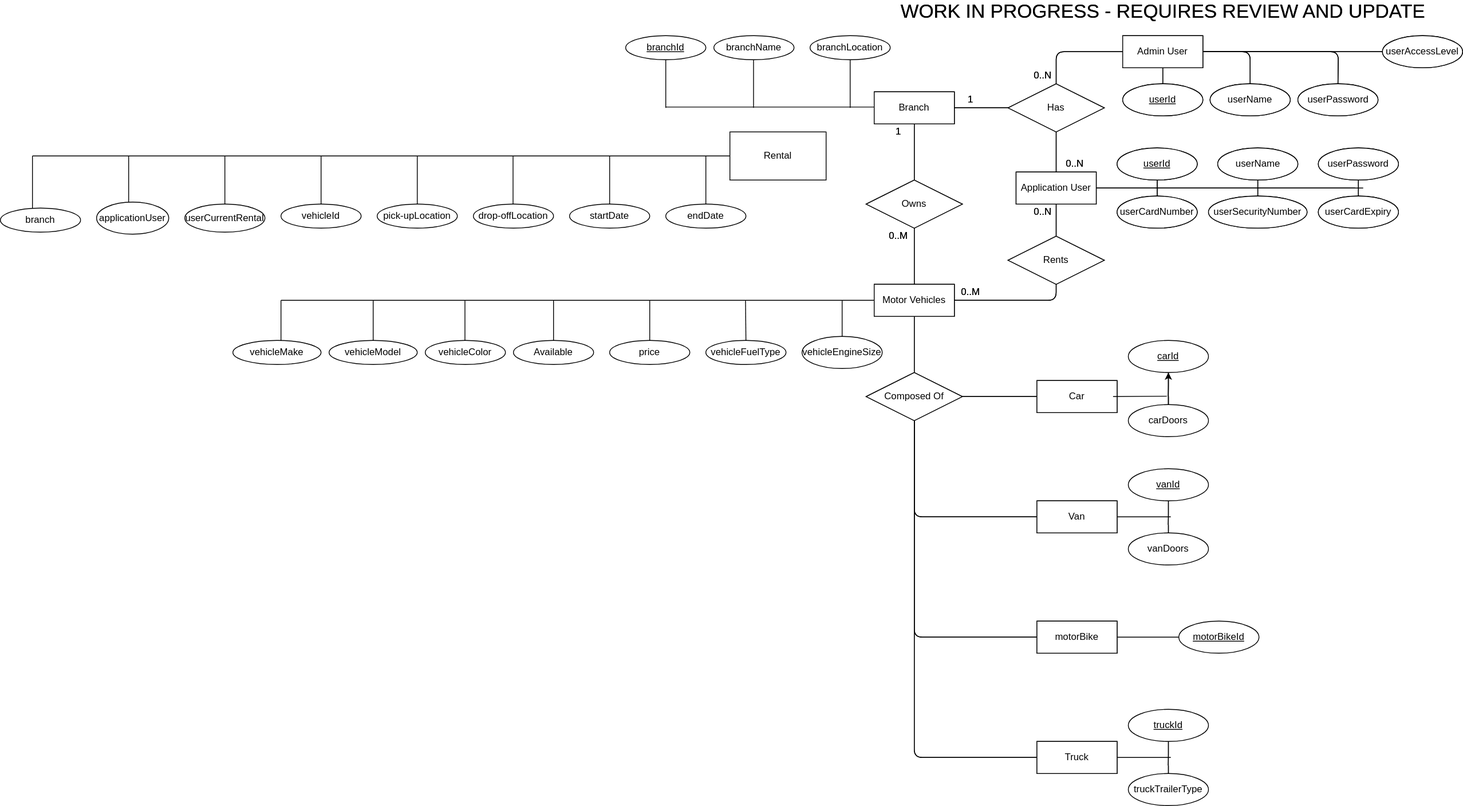
The draw.io diagram src/WiKi/CarGo-ER Diagram.svg in EdwardHanlon30/CarGo, before a commit. Source tidied: cells renumbered, new cells last; positions are measured from the earlier drawing's top-left corner, leaving out a move shared by most shapes.
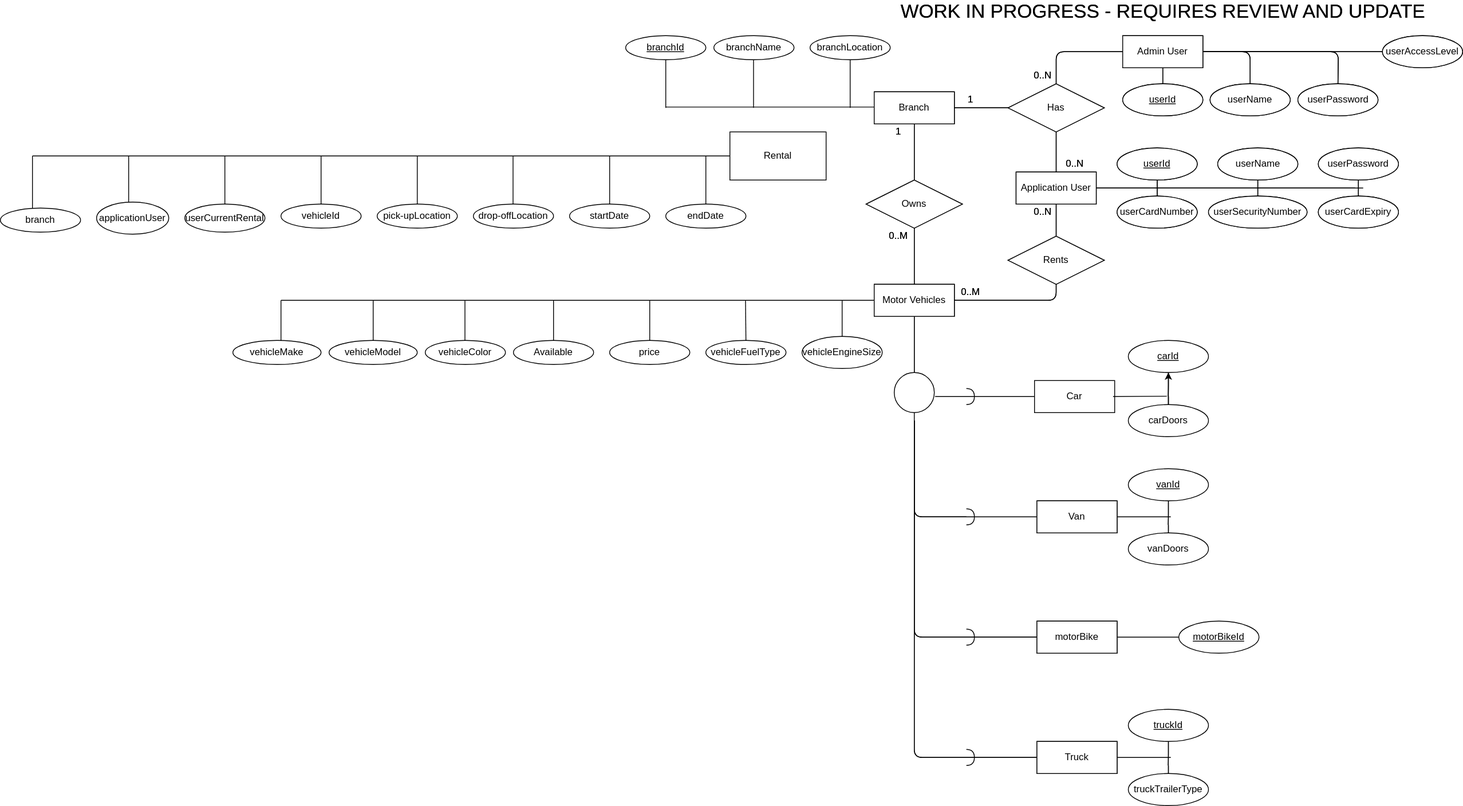
The same diagram one commit later.

Commit message:
CarGo ER diagram updated

Change to the diagram source:
```diff
@@ -49,15 +49,11 @@
     <mxCell id="15" value="0..N" style="text;html=1;align=center;verticalAlign=middle;strokeColor=none;" parent="1" vertex="1">
       <mxGeometry x="1320" y="190" width="40" height="20" as="geometry" />
     </mxCell>
-    <mxCell id="16" value="Composed Of" style="shape=rhombus;perimeter=rhombusPerimeter;whiteSpace=wrap;html=1;align=center;" parent="1" vertex="1">
-      <mxGeometry x="1080" y="460" width="120" height="60" as="geometry" />
-    </mxCell>
-    <mxCell id="17" style="endArrow=none;html=1;entryX=0.5;entryY=1;entryDx=0;entryDy=0;exitX=0.5;exitY=0;exitDx=0;exitDy=0;" parent="1" edge="1" source="16" target="4">
-      <mxGeometry relative="1" as="geometry" />
+    <mxCell id="17" style="endArrow=none;html=1;entryX=0.5;entryY=1;entryDx=0;entryDy=0;exitX=0.5;exitY=0;exitDx=0;exitDy=0;" parent="1" edge="1" target="4">
+      <mxGeometry relative="1" as="geometry">
+        <mxPoint x="1140" y="460" as="sourcePoint" />
+      </mxGeometry>
     </mxCell>
-    <mxCell id="18" value="Car" style="whiteSpace=wrap;html=1;align=center;" parent="1" vertex="1">
-      <mxGeometry x="1293" y="470" width="100" height="40" as="geometry" />
-    </mxCell>
     <mxCell id="19" value="Van" style="whiteSpace=wrap;html=1;align=center;" parent="1" vertex="1">
       <mxGeometry x="1293" y="620" width="100" height="40" as="geometry" />
     </mxCell>
@@ -70,25 +66,25 @@
     <mxCell id="22" value="carId" style="ellipse;whiteSpace=wrap;html=1;align=center;fontStyle=4;" parent="1" vertex="1">
       <mxGeometry x="1407" y="420" width="100" height="40" as="geometry" />
     </mxCell>
-    <mxCell id="23" style="endArrow=none;html=1;exitX=1;exitY=0.5;exitDx=0;exitDy=0;entryX=0;entryY=0.5;entryDx=0;entryDy=0;" parent="1" edge="1" source="16" target="18">
-      <mxGeometry relative="1" as="geometry" />
-    </mxCell>
-    <mxCell id="24" style="endArrow=none;html=1;entryX=0.5;entryY=1;entryDx=0;entryDy=0;exitX=0;exitY=0.5;exitDx=0;exitDy=0;" parent="1" edge="1" source="19" target="16">
+    <mxCell id="24" style="endArrow=none;html=1;entryX=0.5;entryY=1;entryDx=0;entryDy=0;exitX=0;exitY=0.5;exitDx=0;exitDy=0;" parent="1" edge="1" source="19">
       <mxGeometry relative="1" as="geometry">
+        <mxPoint x="1140" y="520" as="targetPoint" />
         <Array as="points">
           <mxPoint x="1140" y="640" />
         </Array>
       </mxGeometry>
     </mxCell>
-    <mxCell id="25" style="endArrow=none;html=1;entryX=0;entryY=0.5;entryDx=0;entryDy=0;exitX=0.5;exitY=1;exitDx=0;exitDy=0;" parent="1" edge="1" source="16" target="20">
+    <mxCell id="25" style="endArrow=none;html=1;entryX=0;entryY=0.5;entryDx=0;entryDy=0;exitX=0.5;exitY=1;exitDx=0;exitDy=0;" parent="1" edge="1" target="20">
       <mxGeometry relative="1" as="geometry">
+        <mxPoint x="1140" y="520" as="sourcePoint" />
         <Array as="points">
           <mxPoint x="1140" y="790" />
         </Array>
       </mxGeometry>
     </mxCell>
-    <mxCell id="26" style="endArrow=none;html=1;entryX=0.5;entryY=1;entryDx=0;entryDy=0;exitX=0;exitY=0.5;exitDx=0;exitDy=0;" parent="1" edge="1" source="21" target="16">
+    <mxCell id="26" style="endArrow=none;html=1;entryX=0.5;entryY=1;entryDx=0;entryDy=0;exitX=0;exitY=0.5;exitDx=0;exitDy=0;" parent="1" edge="1" source="21">
       <mxGeometry relative="1" as="geometry">
+        <mxPoint x="1140" y="520" as="targetPoint" />
         <Array as="points">
           <mxPoint x="1140" y="940" />
         </Array>
@@ -298,14 +294,13 @@
     <mxCell id="77" value="0..N" style="text;html=1;align=center;verticalAlign=middle;strokeColor=none;" parent="1" vertex="1">
       <mxGeometry x="1320" y="190" width="40" height="20" as="geometry" />
     </mxCell>
-    <mxCell id="78" value="Composed Of" style="shape=rhombus;perimeter=rhombusPerimeter;whiteSpace=wrap;html=1;align=center;" parent="1" vertex="1">
-      <mxGeometry x="1080" y="460" width="120" height="60" as="geometry" />
-    </mxCell>
-    <mxCell id="79" style="endArrow=none;html=1;entryX=0.5;entryY=1;entryDx=0;entryDy=0;exitX=0.5;exitY=0;exitDx=0;exitDy=0;" parent="1" edge="1" source="78" target="66">
-      <mxGeometry relative="1" as="geometry" />
+    <mxCell id="79" style="endArrow=none;html=1;entryX=0.5;entryY=1;entryDx=0;entryDy=0;exitX=0.5;exitY=0;exitDx=0;exitDy=0;" parent="1" edge="1" target="66">
+      <mxGeometry relative="1" as="geometry">
+        <mxPoint x="1140" y="460" as="sourcePoint" />
+      </mxGeometry>
     </mxCell>
     <mxCell id="80" value="Car" style="whiteSpace=wrap;html=1;align=center;" parent="1" vertex="1">
-      <mxGeometry x="1293" y="470" width="100" height="40" as="geometry" />
+      <mxGeometry x="1290" y="470" width="100" height="40" as="geometry" />
     </mxCell>
     <mxCell id="81" value="Van" style="whiteSpace=wrap;html=1;align=center;" parent="1" vertex="1">
       <mxGeometry x="1293" y="620" width="100" height="40" as="geometry" />
@@ -316,24 +311,23 @@
     <mxCell id="83" value="Truck" style="whiteSpace=wrap;html=1;align=center;" parent="1" vertex="1">
       <mxGeometry x="1293" y="920" width="100" height="40" as="geometry" />
     </mxCell>
-    <mxCell id="84" style="endArrow=none;html=1;exitX=1;exitY=0.5;exitDx=0;exitDy=0;entryX=0;entryY=0.5;entryDx=0;entryDy=0;" parent="1" edge="1" source="78" target="80">
-      <mxGeometry relative="1" as="geometry" />
-    </mxCell>
-    <mxCell id="85" style="endArrow=none;html=1;entryX=0.5;entryY=1;entryDx=0;entryDy=0;exitX=0;exitY=0.5;exitDx=0;exitDy=0;" parent="1" edge="1" source="81" target="78">
+    <mxCell id="85" style="endArrow=none;html=1;entryX=0.5;entryY=1;entryDx=0;entryDy=0;exitX=0;exitY=0.5;exitDx=0;exitDy=0;startArrow=none;" parent="1" edge="1" source="169">
       <mxGeometry relative="1" as="geometry">
+        <mxPoint x="1140" y="520" as="targetPoint" />
         <Array as="points">
           <mxPoint x="1140" y="640" />
         </Array>
       </mxGeometry>
     </mxCell>
-    <mxCell id="86" style="endArrow=none;html=1;entryX=0;entryY=0.5;entryDx=0;entryDy=0;exitX=0.5;exitY=1;exitDx=0;exitDy=0;" parent="1" edge="1" source="78" target="82">
+    <mxCell id="86" style="endArrow=none;html=1;entryX=0;entryY=0.5;entryDx=0;entryDy=0;exitX=0.5;exitY=1;exitDx=0;exitDy=0;" parent="1" edge="1" target="82">
       <mxGeometry relative="1" as="geometry">
+        <mxPoint x="1140" y="520" as="sourcePoint" />
         <Array as="points">
           <mxPoint x="1140" y="790" />
         </Array>
       </mxGeometry>
     </mxCell>
-    <mxCell id="87" style="endArrow=none;html=1;entryX=0.5;entryY=1;entryDx=0;entryDy=0;exitX=0;exitY=0.5;exitDx=0;exitDy=0;" parent="1" edge="1" source="83" target="78">
+    <mxCell id="87" style="endArrow=none;html=1;entryX=0.5;entryY=1;entryDx=0;entryDy=0;exitX=0;exitY=0.5;exitDx=0;exitDy=0;" parent="1" edge="1" source="83" target="166">
       <mxGeometry relative="1" as="geometry">
         <Array as="points">
           <mxPoint x="1140" y="940" />
@@ -687,5 +681,26 @@
     <mxCell id="165" value="&lt;span&gt;vehicleMake&lt;/span&gt;" style="ellipse;whiteSpace=wrap;html=1;" parent="1" vertex="1">
       <mxGeometry x="290" y="420" width="110" height="30" as="geometry" />
     </mxCell>
+    <mxCell id="166" style="ellipse;whiteSpace=wrap;html=1;" parent="1" vertex="1">
+      <mxGeometry x="1115" y="460" width="50" height="50" as="geometry" />
+    </mxCell>
+    <mxCell id="167" style="endArrow=none;html=1;" parent="1" edge="1">
+      <mxGeometry relative="1" as="geometry">
+        <mxPoint x="1166" y="490" as="sourcePoint" />
+        <mxPoint x="1290" y="490" as="targetPoint" />
+      </mxGeometry>
+    </mxCell>
+    <mxCell id="168" style="shape=requiredInterface;html=1;verticalLabelPosition=bottom;" parent="1" vertex="1">
+      <mxGeometry x="1205" y="480" width="10" height="20" as="geometry" />
+    </mxCell>
+    <mxCell id="169" style="shape=requiredInterface;html=1;verticalLabelPosition=bottom;" parent="1" vertex="1">
+      <mxGeometry x="1205" y="630" width="10" height="20" as="geometry" />
+    </mxCell>
+    <mxCell id="170" style="shape=requiredInterface;html=1;verticalLabelPosition=bottom;" parent="1" vertex="1">
+      <mxGeometry x="1205" y="780" width="10" height="20" as="geometry" />
+    </mxCell>
+    <mxCell id="171" style="shape=requiredInterface;html=1;verticalLabelPosition=bottom;" parent="1" vertex="1">
+      <mxGeometry x="1205" y="930" width="10" height="20" as="geometry" />
+    </mxCell>
   </root>
 </mxGraphModel>
```
